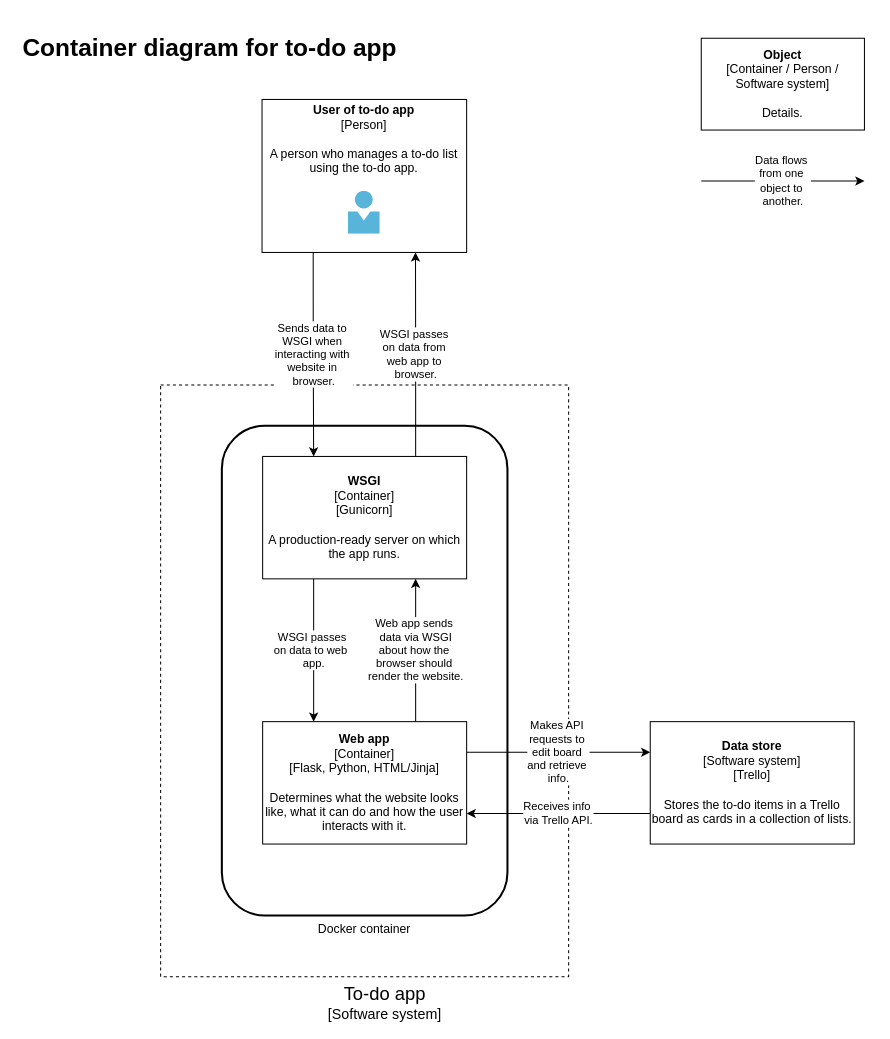
Above: page "Container diagram" (2 of 3) of documentation/architecture-diagrams.drawio in SamSeed-Softwire/DevOps-Course-Starter (draw.io), before the change. Source tidied: cells renumbered, new cells numbered last; positions are measured from the earlier drawing's top-left corner, leaving out a move shared by most shapes. Both pictures are drawn from the tidied source at 102%, with x=0, y=0 at pixel (17, 28).
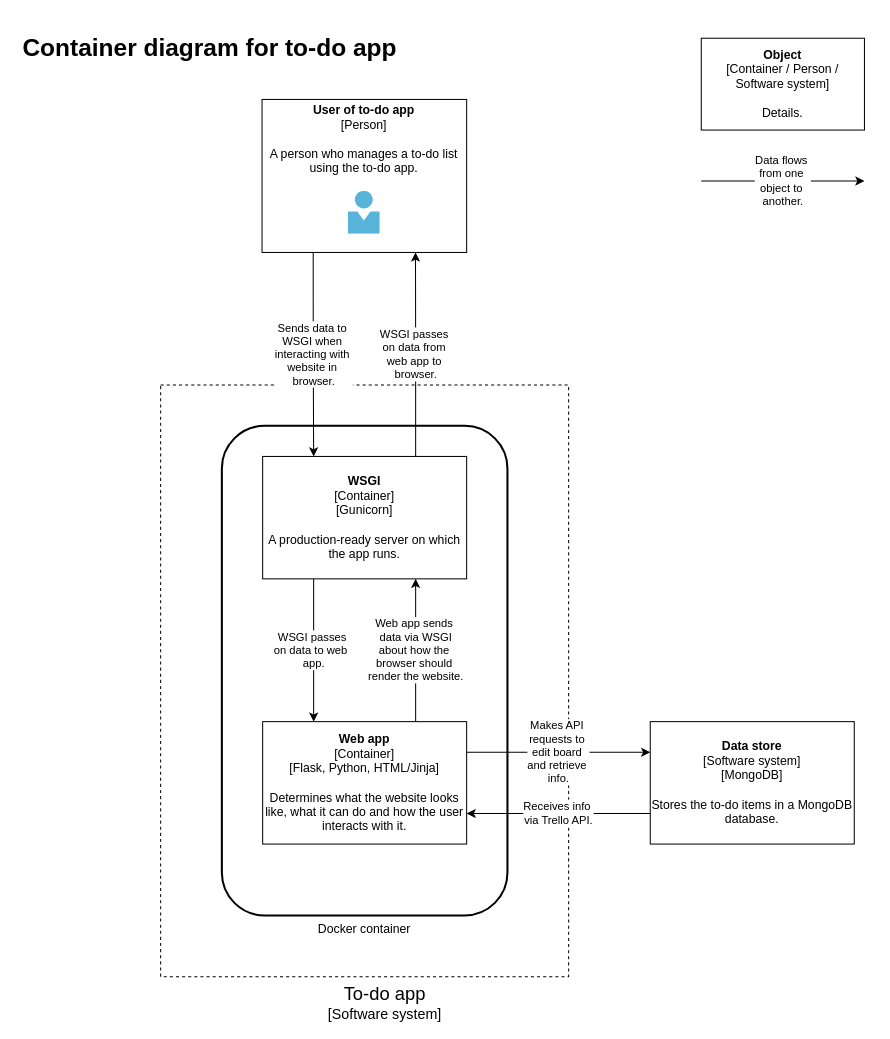
The same diagram, later.

Commit message (it also covers changes not shown here):
docs(diagrams): update diagrams from Trello to MongoDB

Change to the diagram source:
```diff
@@
 <mxGraphModel>
   <root>
     <mxCell id="0" />
     <mxCell id="1" parent="0" />
     <mxCell id="2" value="Docker container" style="rounded=1;whiteSpace=wrap;html=1;strokeWidth=2;align=center;fillColor=none;glass=0;labelPosition=center;verticalLabelPosition=bottom;verticalAlign=top;" parent="1" vertex="1">
       <mxGeometry x="200" y="390" width="280" height="480" as="geometry" />
     </mxCell>
     <mxCell id="3" value="&lt;blockquote style=&quot;margin: 0 0 0 40px ; border: none ; padding: 0px&quot;&gt;&lt;span style=&quot;font-size: 18px&quot;&gt;To-do app&lt;/span&gt;&lt;font&gt;&lt;div&gt;&lt;span style=&quot;font-size: 14px&quot;&gt;[Software system]&lt;/span&gt;&lt;/div&gt;&lt;/font&gt;&lt;/blockquote&gt;" style="rounded=0;whiteSpace=wrap;html=1;dashed=1;fillColor=none;labelPosition=center;verticalLabelPosition=bottom;align=center;verticalAlign=top;textDirection=ltr;" parent="1" vertex="1">
       <mxGeometry x="140" y="350" width="400" height="580" as="geometry" />
     </mxCell>
     <mxCell id="4" value="WSGI passes&amp;nbsp;&lt;br&gt;on data to web&amp;nbsp;&amp;nbsp;&lt;br&gt;app." style="edgeStyle=orthogonalEdgeStyle;rounded=0;jettySize=auto;html=1;exitX=0.25;exitY=1;exitDx=0;exitDy=0;entryX=0.25;entryY=0;entryDx=0;entryDy=0;" parent="1" edge="1" source="15" target="17">
       <mxGeometry relative="1" as="geometry" />
     </mxCell>
     <mxCell id="5" value="&lt;h1&gt;Container diagram for to-do app&lt;/h1&gt;&lt;p&gt;&lt;br&gt;&lt;/p&gt;" style="text;html=1;strokeColor=none;fillColor=none;spacing=5;spacingTop=-20;whiteSpace=wrap;overflow=hidden;rounded=0;glass=0;" parent="1" vertex="1">
       <mxGeometry width="830" height="120" as="geometry" />
     </mxCell>
     <mxCell id="6" value="Receives info&amp;nbsp;&lt;br&gt;via Trello API." style="edgeStyle=orthogonalEdgeStyle;rounded=0;jettySize=auto;html=1;exitX=0;exitY=0.75;exitDx=0;exitDy=0;entryX=1;entryY=0.75;entryDx=0;entryDy=0;" parent="1" edge="1" source="7" target="17">
       <mxGeometry relative="1" as="geometry" />
     </mxCell>
-    <mxCell id="7" value="&lt;b&gt;Data store&lt;/b&gt;&lt;br&gt;[Software system]&lt;br&gt;[Trello]&lt;br&gt;&lt;span&gt;&lt;br&gt;&lt;div&gt;&lt;span&gt;Stores the to-do items in a Trello board as cards in a collection of lists.&lt;/span&gt;&lt;/div&gt;&lt;/span&gt;" style="rounded=0;whiteSpace=wrap;html=1;align=center;" parent="1" vertex="1">
+    <mxCell id="7" value="&lt;b&gt;Data store&lt;/b&gt;&lt;br&gt;[Software system]&lt;br&gt;[MongoDB]&lt;br&gt;&lt;span&gt;&lt;br&gt;&lt;div&gt;&lt;span&gt;Stores the to-do items in a MongoDB database.&lt;/span&gt;&lt;/div&gt;&lt;/span&gt;" style="rounded=0;whiteSpace=wrap;html=1;align=center;" parent="1" vertex="1">
       <mxGeometry x="620" y="680" width="200" height="120" as="geometry" />
     </mxCell>
     <mxCell id="8" value="Web app sends&amp;nbsp;&lt;br&gt;data via WSGI &lt;br&gt;about how the&amp;nbsp;&lt;br&gt;browser should&amp;nbsp;&lt;br&gt;render the website." style="edgeStyle=orthogonalEdgeStyle;rounded=0;jettySize=auto;exitX=0.75;exitY=0;exitDx=0;exitDy=0;entryX=0.75;entryY=1;entryDx=0;entryDy=0;verticalAlign=middle;html=1;" parent="1" edge="1" source="17" target="15">
       <mxGeometry relative="1" as="geometry" />
     </mxCell>
     <mxCell id="9" value="WSGI passes&amp;nbsp;&lt;br&gt;on data from&amp;nbsp;&lt;br&gt;web app to&amp;nbsp;&lt;br&gt;browser." style="edgeStyle=orthogonalEdgeStyle;rounded=0;jettySize=auto;html=1;exitX=0.75;exitY=0;exitDx=0;exitDy=0;entryX=0.75;entryY=1;entryDx=0;entryDy=0;" parent="1" edge="1" source="15" target="13">
       <mxGeometry relative="1" as="geometry" />
     </mxCell>
     <mxCell id="10" value="Data flows&amp;nbsp;&lt;br&gt;from one&amp;nbsp;&lt;br&gt;object to&amp;nbsp;&lt;br&gt;another." style="endArrow=classic;html=1;" parent="1" edge="1">
       <mxGeometry relative="1" as="geometry">
         <mxPoint x="670" y="150" as="sourcePoint" />
         <mxPoint x="830" y="150" as="targetPoint" />
       </mxGeometry>
     </mxCell>
     <mxCell id="11" value="&lt;b&gt;Object&lt;/b&gt;&lt;br&gt;[Container / Person / Software system]&lt;br&gt;&lt;br&gt;Details." style="rounded=0;whiteSpace=wrap;html=1;" parent="1" vertex="1">
       <mxGeometry x="670" y="10" width="160" height="90" as="geometry" />
     </mxCell>
     <mxCell id="12" style="group;" parent="1" vertex="1">
       <mxGeometry x="266" y="70" width="174" height="150" as="geometry" />
     </mxCell>
     <mxCell id="13" value="&lt;b&gt;User of to-do app&lt;/b&gt;&lt;br&gt;[Person]&lt;br&gt;&lt;br&gt;A person who manages a to-do list using the to-do app.&lt;br&gt;&lt;br&gt;&lt;br&gt;&lt;br&gt;&lt;br&gt;&lt;br&gt;" style="rounded=0;whiteSpace=wrap;html=1;" parent="12" vertex="1">
       <mxGeometry x="-26.6" width="200.6" height="150" as="geometry" />
     </mxCell>
     <mxCell id="14" style="html=1;align=center;image;fontSize=12;image=img/lib/mscae/Person.svg;" parent="12" vertex="1">
       <mxGeometry x="58.1" y="90" width="31.2" height="42.2" as="geometry" />
     </mxCell>
     <mxCell id="15" value="&lt;b&gt;WSGI&lt;/b&gt;&lt;br&gt;[Container]&lt;br&gt;[Gunicorn]&lt;br&gt;&lt;br&gt;&lt;div&gt;A production-ready server on which the app runs.&lt;/div&gt;" style="rounded=0;whiteSpace=wrap;html=1;align=center;" parent="1" vertex="1">
       <mxGeometry x="240" y="420" width="200" height="120" as="geometry" />
     </mxCell>
     <mxCell id="16" value="Makes API&amp;nbsp;&lt;br&gt;requests to&amp;nbsp;&lt;br&gt;edit board&amp;nbsp;&lt;br&gt;and retrieve&amp;nbsp;&lt;br&gt;info." style="edgeStyle=orthogonalEdgeStyle;rounded=0;jettySize=auto;html=1;exitX=1;exitY=0.25;exitDx=0;exitDy=0;entryX=0;entryY=0.25;entryDx=0;entryDy=0;" parent="1" edge="1" source="17" target="7">
       <mxGeometry relative="1" as="geometry" />
     </mxCell>
     <mxCell id="17" value="&lt;b&gt;Web app&lt;/b&gt;&lt;br&gt;[Container]&lt;br&gt;[Flask, Python, HTML/Jinja]&lt;br&gt;&lt;br&gt;&lt;div style=&quot;&quot;&gt;&lt;span&gt;Determines what the website looks like, what it can do and how the user interacts with it.&lt;/span&gt;&lt;/div&gt;" style="rounded=0;whiteSpace=wrap;html=1;align=center;" parent="1" vertex="1">
       <mxGeometry x="240" y="680" width="200" height="120" as="geometry" />
     </mxCell>
     <mxCell id="18" value="&lt;font face=&quot;helvetica&quot;&gt;Sends data to&amp;nbsp;&lt;br&gt;&lt;/font&gt;WSGI when&amp;nbsp;&lt;br&gt;interacting with&amp;nbsp;&lt;br&gt;website in&amp;nbsp;&lt;br&gt;browser." style="edgeStyle=orthogonalEdgeStyle;rounded=0;jettySize=auto;html=1;exitX=0.25;exitY=1;exitDx=0;exitDy=0;entryX=0.25;entryY=0;entryDx=0;entryDy=0;" parent="1" edge="1" source="13" target="15">
       <mxGeometry relative="1" as="geometry" />
     </mxCell>
   </root>
 </mxGraphModel>
```
